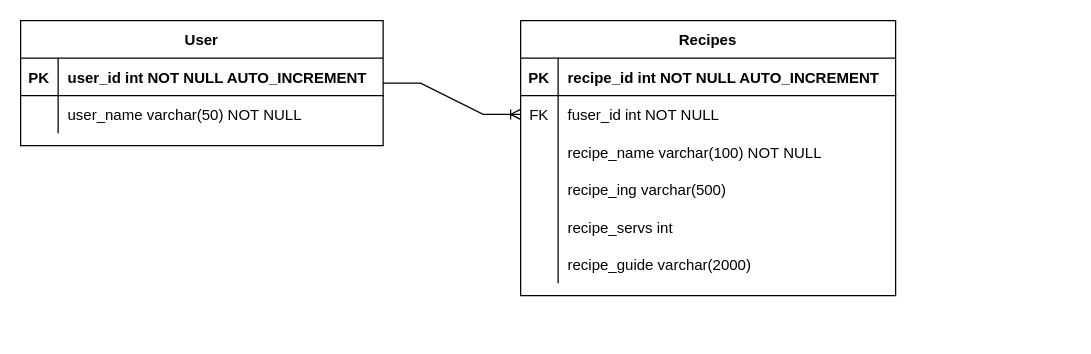
The draw.io diagram MPWA-ERD.drawio in analouro/mpwa, before the edit. Source tidied: cells renumbered, new cells numbered last; positions are measured from the earlier drawing's top-left corner, leaving out a move shared by most shapes. Both pictures are drawn from the tidied source at 125%, with x=0, y=0 at pixel (20, 20).
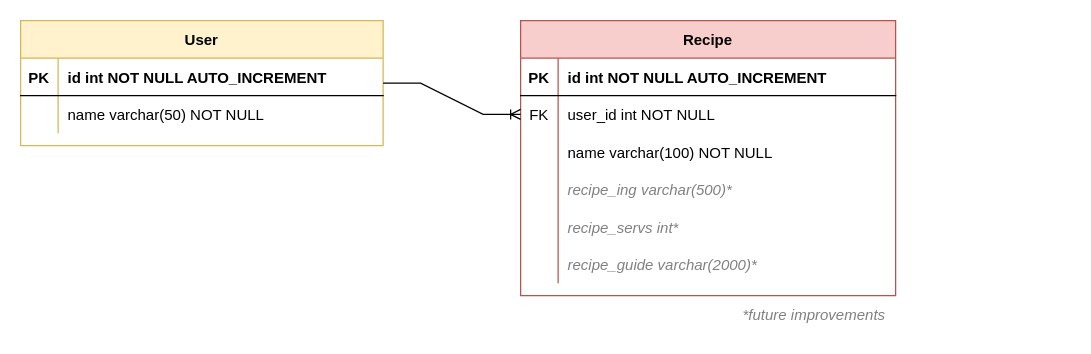
The same page after the edit.

Unchanged cells that the change refers to:
```xml
<mxCell id="3" style="shape=partialRectangle;fillColor=none;top=0;left=0;right=0;bottom=1;" parent="2" vertex="1">
  <mxGeometry y="30" width="300" height="30" as="geometry" />
</mxCell>
<mxCell id="6" style="shape=partialRectangle;fillColor=none;points=[[0,0.5],[1,0.5]];portConstraint=eastwest;top=0;left=0;right=0;bottom=0;" parent="2" vertex="1">
  <mxGeometry y="60" width="300" height="30" as="geometry" />
</mxCell>
<mxCell id="9" style="shape=partialRectangle;fillColor=none;top=0;left=0;right=0;bottom=0;" parent="2" vertex="1">
  <mxGeometry y="90" width="300" height="30" as="geometry" />
</mxCell>
<mxCell id="12" style="shape=partialRectangle;fillColor=none;top=0;left=0;right=0;bottom=0;" parent="2" vertex="1">
  <mxGeometry y="120" width="300" height="30" as="geometry" />
</mxCell>
<mxCell id="15" style="shape=partialRectangle;fillColor=none;top=0;left=0;right=0;bottom=0;" parent="2" vertex="1">
  <mxGeometry y="150" width="300" height="30" as="geometry" />
</mxCell>
<mxCell id="18" style="shape=partialRectangle;fillColor=none;top=0;left=0;right=0;bottom=0;" parent="2" vertex="1">
  <mxGeometry y="180" width="300" height="30" as="geometry" />
</mxCell>
<mxCell id="22" style="shape=partialRectangle;fillColor=none;top=0;left=0;right=0;bottom=1;" parent="21" vertex="1">
  <mxGeometry y="30" width="290" height="30" as="geometry" />
</mxCell>
<mxCell id="25" style="shape=partialRectangle;fillColor=none;top=0;left=0;right=0;bottom=0;" parent="21" vertex="1">
  <mxGeometry y="60" width="290" height="30" as="geometry" />
</mxCell>
```

The edit, as a diff of the source:
```diff
@@
-    <mxCell id="2" value="Recipes" style="shape=table;startSize=30;childLayout=tableLayout;rowLines=0;fontStyle=1;align=center;" parent="1" vertex="1">
+    <mxCell id="2" value="Recipe" style="shape=table;startSize=30;childLayout=tableLayout;rowLines=0;fontStyle=1;align=center;fillColor=#f8cecc;strokeColor=#b85450;" parent="1" vertex="1">
       <mxGeometry x="400" width="300" height="220" as="geometry" />
     </mxCell>
@@
-    <mxCell id="5" value="recipe_id int NOT NULL AUTO_INCREMENT" style="shape=partialRectangle;overflow=hidden;fillColor=none;top=0;left=0;bottom=0;right=0;align=left;spacingLeft=6;fontStyle=1;" parent="3" vertex="1">
+    <mxCell id="5" value="id int NOT NULL AUTO_INCREMENT" style="shape=partialRectangle;overflow=hidden;fillColor=none;top=0;left=0;bottom=0;right=0;align=left;spacingLeft=6;fontStyle=1;" parent="3" vertex="1">
       <mxGeometry x="30" width="270" height="30" as="geometry" />
     </mxCell>
@@
-    <mxCell id="8" value="fuser_id int NOT NULL" style="shape=partialRectangle;overflow=hidden;fillColor=none;top=0;left=0;bottom=0;right=0;align=left;spacingLeft=6;" parent="6" vertex="1">
+    <mxCell id="8" value="user_id int NOT NULL" style="shape=partialRectangle;overflow=hidden;fillColor=none;top=0;left=0;bottom=0;right=0;align=left;spacingLeft=6;" parent="6" vertex="1">
       <mxGeometry x="30" width="270" height="30" as="geometry" />
     </mxCell>
@@
-    <mxCell id="11" value="recipe_name varchar(100) NOT NULL" style="shape=partialRectangle;overflow=hidden;fillColor=none;top=0;left=0;bottom=0;right=0;align=left;spacingLeft=6;" parent="9" vertex="1">
+    <mxCell id="11" value="name varchar(100) NOT NULL" style="shape=partialRectangle;overflow=hidden;fillColor=none;top=0;left=0;bottom=0;right=0;align=left;spacingLeft=6;" parent="9" vertex="1">
       <mxGeometry x="30" width="270" height="30" as="geometry" />
     </mxCell>
@@
-    <mxCell id="14" value="recipe_ing varchar(500) " style="shape=partialRectangle;overflow=hidden;fillColor=none;top=0;left=0;bottom=0;right=0;align=left;spacingLeft=6;" parent="12" vertex="1">
+    <mxCell id="14" value="recipe_ing varchar(500)* " style="shape=partialRectangle;overflow=hidden;fillColor=none;top=0;left=0;bottom=0;right=0;align=left;spacingLeft=6;fontStyle=2;strokeColor=#808080;fontColor=#808080;" parent="12" vertex="1">
       <mxGeometry x="30" width="270" height="30" as="geometry" />
     </mxCell>
@@
-    <mxCell id="17" value="recipe_servs int  " style="shape=partialRectangle;overflow=hidden;fillColor=none;top=0;left=0;bottom=0;right=0;align=left;spacingLeft=6;" parent="15" vertex="1">
+    <mxCell id="17" value="recipe_servs int*  " style="shape=partialRectangle;overflow=hidden;fillColor=none;top=0;left=0;bottom=0;right=0;align=left;spacingLeft=6;fontStyle=2;strokeColor=#808080;fontColor=#808080;" parent="15" vertex="1">
       <mxGeometry x="30" width="270" height="30" as="geometry" />
     </mxCell>
@@
-    <mxCell id="20" value="recipe_guide varchar(2000)" style="shape=partialRectangle;overflow=hidden;fillColor=none;top=0;left=0;bottom=0;right=0;align=left;spacingLeft=6;" parent="18" vertex="1">
+    <mxCell id="20" value="recipe_guide varchar(2000)*" style="shape=partialRectangle;overflow=hidden;fillColor=none;top=0;left=0;bottom=0;right=0;align=left;spacingLeft=6;fontStyle=2;fontColor=#808080;" parent="18" vertex="1">
       <mxGeometry x="30" width="270" height="30" as="geometry" />
     </mxCell>
-    <mxCell id="21" value="User" style="shape=table;startSize=30;childLayout=tableLayout;rowLines=0;fontStyle=1;align=center;" parent="1" vertex="1">
+    <mxCell id="21" value="User" style="shape=table;startSize=30;childLayout=tableLayout;rowLines=0;fontStyle=1;align=center;fillColor=#fff2cc;strokeColor=#d6b656;" parent="1" vertex="1">
       <mxGeometry width="290" height="100" as="geometry" />
     </mxCell>
@@
-    <mxCell id="24" value="user_id int NOT NULL AUTO_INCREMENT" style="shape=partialRectangle;overflow=hidden;fillColor=none;top=0;left=0;bottom=0;right=0;align=left;spacingLeft=6;fontStyle=1;" parent="22" vertex="1">
+    <mxCell id="24" value="id int NOT NULL AUTO_INCREMENT" style="shape=partialRectangle;overflow=hidden;fillColor=none;top=0;left=0;bottom=0;right=0;align=left;spacingLeft=6;fontStyle=1;" parent="22" vertex="1">
       <mxGeometry x="30" width="260" height="30" as="geometry" />
     </mxCell>
@@
-    <mxCell id="27" value="user_name varchar(50) NOT NULL" style="shape=partialRectangle;overflow=hidden;fillColor=none;top=0;left=0;bottom=0;right=0;align=left;spacingLeft=6;" parent="25" vertex="1">
+    <mxCell id="27" value="name varchar(50) NOT NULL" style="shape=partialRectangle;overflow=hidden;fillColor=none;top=0;left=0;bottom=0;right=0;align=left;spacingLeft=6;" parent="25" vertex="1">
       <mxGeometry x="30" width="260" height="30" as="geometry" />
     </mxCell>
@@
+    <mxCell id="29" style="shape=partialRectangle;fillColor=none;top=0;left=0;right=0;bottom=0;" parent="1" vertex="1">
+      <mxGeometry x="540" y="220" width="300" height="30" as="geometry" />
+    </mxCell>
+    <mxCell id="30" style="shape=partialRectangle;overflow=hidden;fillColor=none;top=0;left=0;bottom=0;right=0;" parent="29" vertex="1">
+      <mxGeometry width="30" height="30" as="geometry" />
+    </mxCell>
+    <mxCell id="31" value="*future improvements" style="shape=partialRectangle;overflow=hidden;fillColor=none;top=0;left=0;bottom=0;right=0;align=left;spacingLeft=6;fontStyle=2;fontColor=#808080;" parent="29" vertex="1">
+      <mxGeometry x="30" width="270" height="30" as="geometry" />
+    </mxCell>
```
